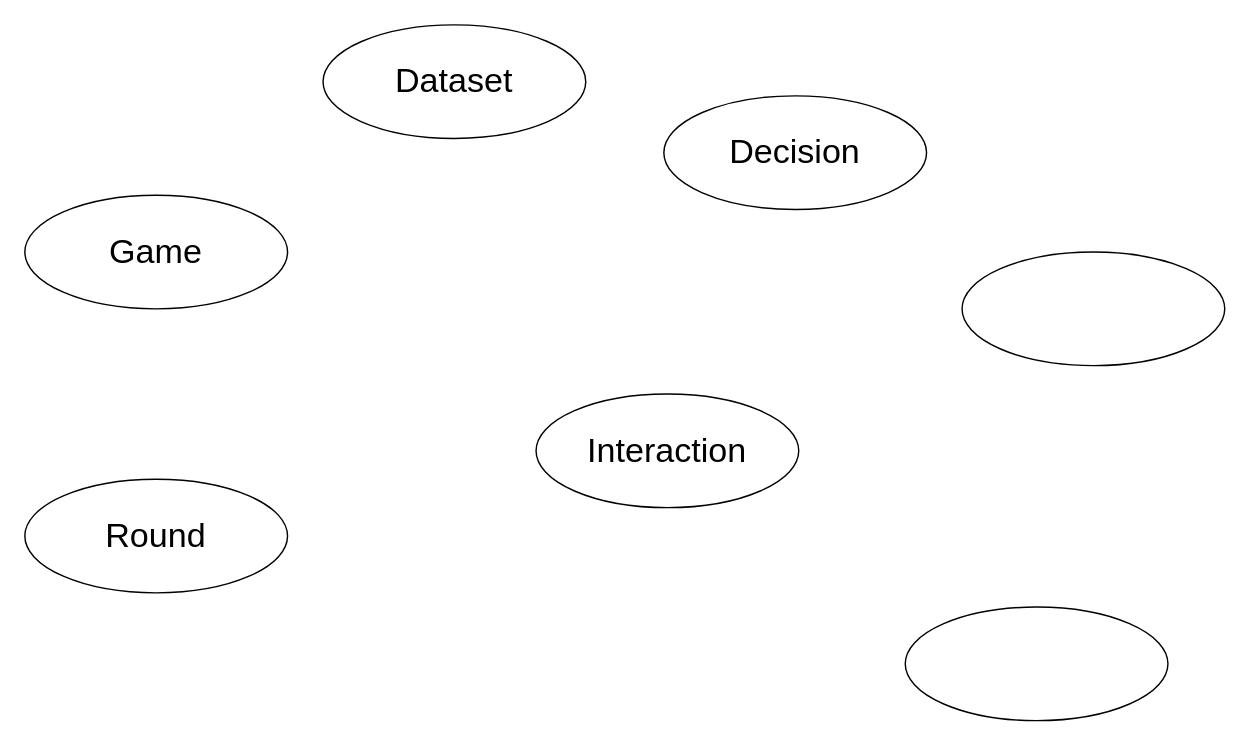
hikkaaa/KGEmbeddings-4-ConflictGames keeps this draw.io diagram as Untitled Diagram.drawio. Above is the earlier version. Source tidied: cells renumbered, new cells numbered last; positions are measured from the earlier drawing's top-left corner, leaving out a move shared by most shapes. Both pictures are drawn from the tidied source at 142%, with x=0, y=0 at pixel (24, 24).
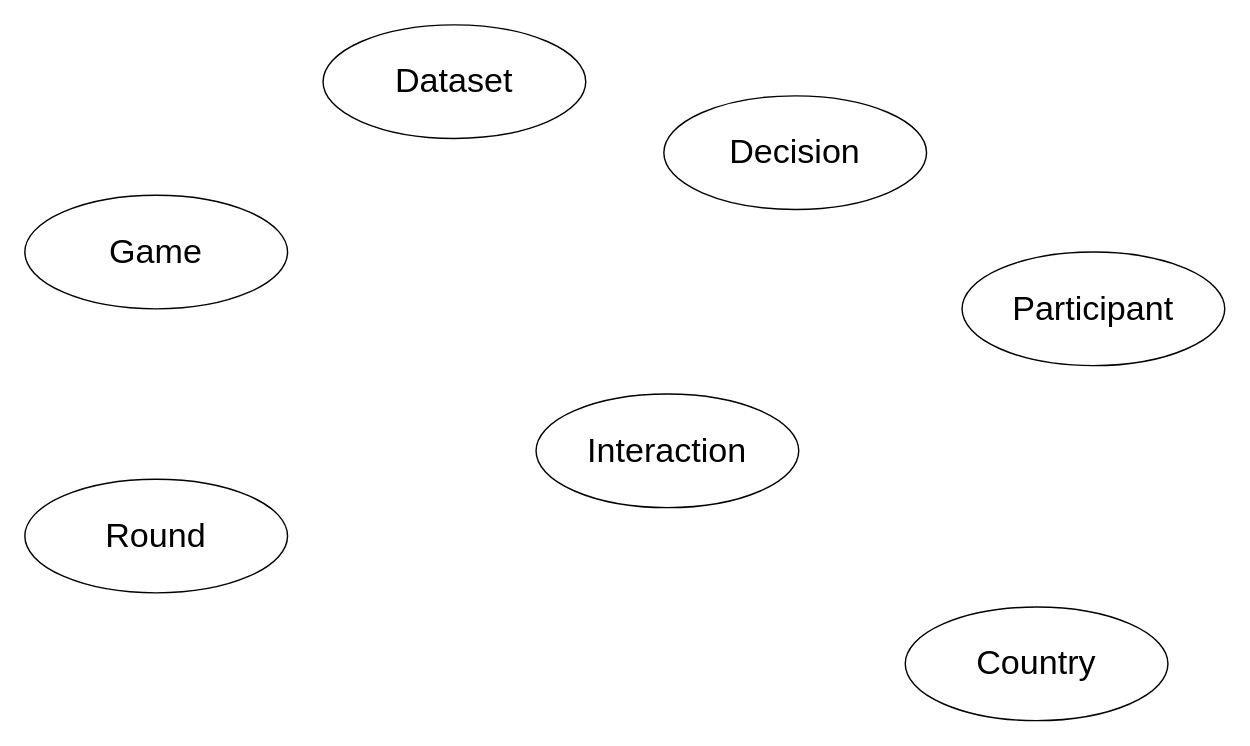
After the change.

What changed in the source:
```diff
@@
 <mxGraphModel>
   <root>
     <mxCell id="0" />
     <mxCell id="1" parent="0" />
     <mxCell id="2" value="&lt;font style=&quot;font-size: 24px;&quot;&gt;Dataset&lt;/font&gt;" style="ellipse;whiteSpace=wrap;html=1;" parent="1" vertex="1">
       <mxGeometry x="210" width="185" height="80" as="geometry" />
     </mxCell>
     <mxCell id="3" value="&lt;span style=&quot;font-size: 24px;&quot;&gt;Game&lt;/span&gt;" style="ellipse;whiteSpace=wrap;html=1;" parent="1" vertex="1">
       <mxGeometry y="120" width="185" height="80" as="geometry" />
     </mxCell>
     <mxCell id="4" value="&lt;span style=&quot;font-size: 24px;&quot;&gt;Round&lt;/span&gt;" style="ellipse;whiteSpace=wrap;html=1;" parent="1" vertex="1">
       <mxGeometry y="320" width="185" height="80" as="geometry" />
     </mxCell>
     <mxCell id="5" value="&lt;span style=&quot;font-size: 24px;&quot;&gt;Interaction&lt;/span&gt;" style="ellipse;whiteSpace=wrap;html=1;" parent="1" vertex="1">
       <mxGeometry x="360" y="260" width="185" height="80" as="geometry" />
     </mxCell>
     <mxCell id="6" value="&lt;span style=&quot;font-size: 24px;&quot;&gt;Decision&lt;/span&gt;" style="ellipse;whiteSpace=wrap;html=1;" parent="1" vertex="1">
       <mxGeometry x="450" y="50" width="185" height="80" as="geometry" />
     </mxCell>
-    <mxCell id="7" style="ellipse;whiteSpace=wrap;html=1;" parent="1" vertex="1">
+    <mxCell id="7" value="&lt;span style=&quot;font-size: 24px;&quot;&gt;Country&lt;/span&gt;" style="ellipse;whiteSpace=wrap;html=1;" parent="1" vertex="1">
       <mxGeometry x="620" y="410" width="185" height="80" as="geometry" />
     </mxCell>
-    <mxCell id="8" style="ellipse;whiteSpace=wrap;html=1;" parent="1" vertex="1">
+    <mxCell id="8" value="&lt;span style=&quot;font-size: 24px;&quot;&gt;Participant&lt;/span&gt;" style="ellipse;whiteSpace=wrap;html=1;" parent="1" vertex="1">
       <mxGeometry x="660" y="160" width="185" height="80" as="geometry" />
     </mxCell>
   </root>
 </mxGraphModel>
```
